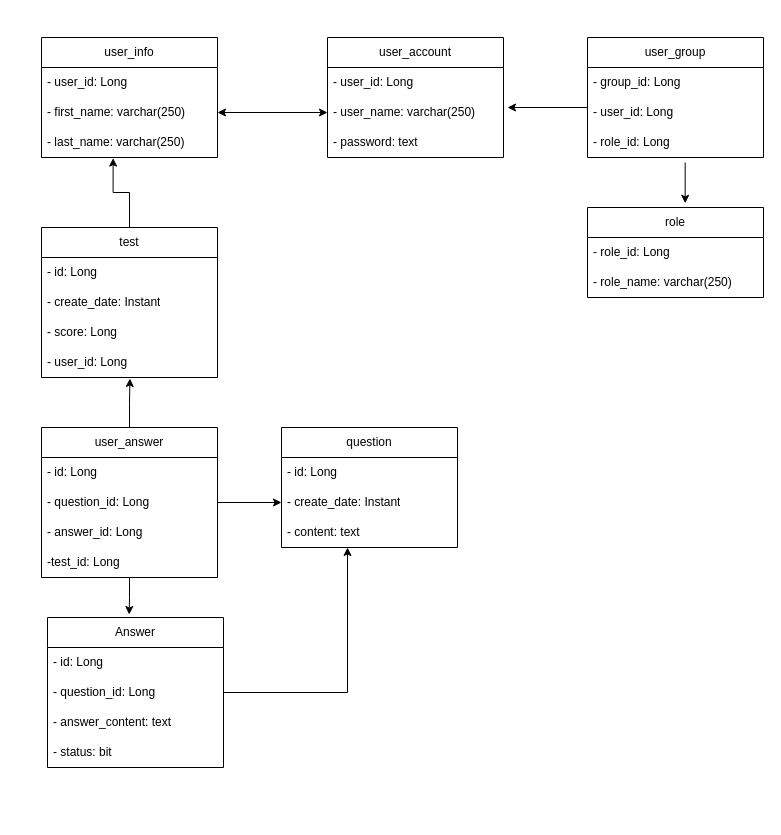
The draw.io diagram page "Database" (4 of 6) of Doc/Untitled Diagram.drawio in SWD392/SmallQuiz, before the edit. Source tidied: cells renumbered, new cells numbered last; positions are measured from the earlier drawing's top-left corner, leaving out a move shared by most shapes. Both pictures are drawn from the tidied source at 100%, with x=0, y=0 at pixel (17, 37).
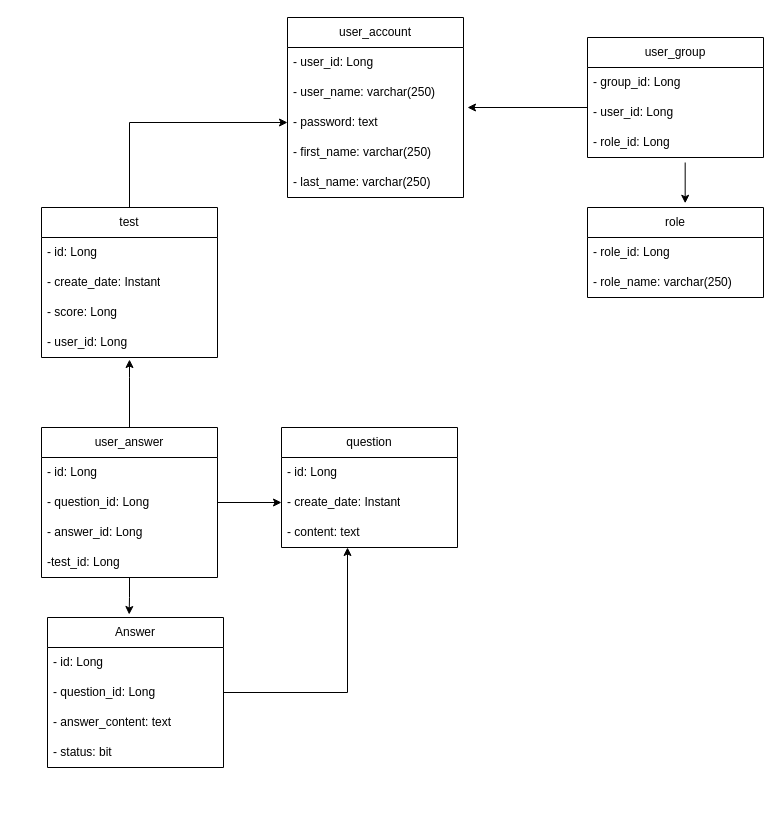
The same diagram, later.

Unchanged cells that the change refers to:
```xml
<mxCell id="9" value="- user_name: varchar(250)" style="text;strokeColor=none;fillColor=none;align=left;verticalAlign=middle;spacingLeft=4;spacingRight=4;overflow=hidden;points=[[0,0.5],[1,0.5]];portConstraint=eastwest;whiteSpace=wrap;html=1;" parent="7" vertex="1">
  <mxGeometry y="60" width="176" height="30" as="geometry" />
</mxCell>
<mxCell id="10" value="- password: text" style="text;strokeColor=none;fillColor=none;align=left;verticalAlign=middle;spacingLeft=4;spacingRight=4;overflow=hidden;points=[[0,0.5],[1,0.5]];portConstraint=eastwest;whiteSpace=wrap;html=1;" parent="7" vertex="1">
  <mxGeometry y="90" width="176" height="30" as="geometry" />
</mxCell>
<mxCell id="11" value="user_group" style="swimlane;fontStyle=0;horizontal=1;startSize=30;whiteSpace=wrap;html=1;" parent="1" vertex="1">
  <mxGeometry x="570" width="176" height="120" as="geometry" />
</mxCell>
<mxCell id="26" value="- user_id: Long" style="text;strokeColor=none;fillColor=none;align=left;verticalAlign=middle;spacingLeft=4;spacingRight=4;overflow=hidden;points=[[0,0.5],[1,0.5]];portConstraint=eastwest;whiteSpace=wrap;html=1;" parent="22" vertex="1">
  <mxGeometry y="120" width="176" height="30" as="geometry" />
</mxCell>
<mxCell id="29" value="user_answer" style="swimlane;fontStyle=0;horizontal=1;startSize=30;whiteSpace=wrap;html=1;" parent="1" vertex="1">
  <mxGeometry x="24" y="390" width="176" height="150" as="geometry" />
</mxCell>
```

Diff of the diagram source:
```diff
@@
-    <mxCell id="3" value="user_info" style="swimlane;fontStyle=0;horizontal=1;startSize=30;whiteSpace=wrap;html=1;" parent="1" vertex="1">
-      <mxGeometry x="24" width="176" height="120" as="geometry" />
-    </mxCell>
-    <mxCell id="4" value="- user_id: Long" style="text;strokeColor=none;fillColor=none;align=left;verticalAlign=middle;spacingLeft=4;spacingRight=4;overflow=hidden;whiteSpace=wrap;html=1;" parent="3" vertex="1">
-      <mxGeometry y="30" width="176" height="30" as="geometry" />
-    </mxCell>
-    <mxCell id="5" value="- first_name: varchar(250)" style="text;strokeColor=none;fillColor=none;align=left;verticalAlign=middle;spacingLeft=4;spacingRight=4;overflow=hidden;points=[[0,0.5],[1,0.5]];portConstraint=eastwest;whiteSpace=wrap;html=1;" parent="3" vertex="1">
-      <mxGeometry y="60" width="176" height="30" as="geometry" />
-    </mxCell>
-    <mxCell id="6" value="- last_name: varchar(250)" style="text;strokeColor=none;fillColor=none;align=left;verticalAlign=middle;spacingLeft=4;spacingRight=4;overflow=hidden;points=[[0,0.5],[1,0.5]];portConstraint=eastwest;whiteSpace=wrap;html=1;" parent="3" vertex="1">
-      <mxGeometry y="90" width="176" height="30" as="geometry" />
-    </mxCell>
     <mxCell id="7" value="user_account" style="swimlane;fontStyle=0;horizontal=1;startSize=30;whiteSpace=wrap;html=1;" parent="1" vertex="1">
-      <mxGeometry x="310" width="176" height="120" as="geometry" />
+      <mxGeometry x="270" y="-20" width="176" height="180" as="geometry" />
     </mxCell>
@@
+    <mxCell id="5" value="- first_name: varchar(250)" style="text;strokeColor=none;fillColor=none;align=left;verticalAlign=middle;spacingLeft=4;spacingRight=4;overflow=hidden;points=[[0,0.5],[1,0.5]];portConstraint=eastwest;whiteSpace=wrap;html=1;" parent="7" vertex="1">
+      <mxGeometry y="120" width="176" height="30" as="geometry" />
+    </mxCell>
+    <mxCell id="6" value="- last_name: varchar(250)" style="text;strokeColor=none;fillColor=none;align=left;verticalAlign=middle;spacingLeft=4;spacingRight=4;overflow=hidden;points=[[0,0.5],[1,0.5]];portConstraint=eastwest;whiteSpace=wrap;html=1;" parent="7" vertex="1">
+      <mxGeometry y="150" width="176" height="30" as="geometry" />
+    </mxCell>
@@
     <mxCell id="13" style="endArrow=classic;html=1;rounded=0;" parent="11" edge="1">
       <mxGeometry relative="1" as="geometry">
         <mxPoint y="70" as="sourcePoint" />
-        <mxPoint x="-80" y="70" as="targetPoint" />
+        <mxPoint x="-120" y="70" as="targetPoint" />
       </mxGeometry>
     </mxCell>
@@
-    <mxCell id="20" style="endArrow=classic;startArrow=classic;html=1;rounded=0;entryX=0;entryY=0.5;entryDx=0;entryDy=0;exitX=1;exitY=0.5;exitDx=0;exitDy=0;" parent="1" edge="1" source="5" target="9">
-      <mxGeometry relative="1" as="geometry" />
-    </mxCell>
-    <mxCell id="21" style="edgeStyle=orthogonalEdgeStyle;rounded=0;jettySize=auto;html=1;exitX=0.5;exitY=0;exitDx=0;exitDy=0;entryX=0.407;entryY=1.02;entryDx=0;entryDy=0;entryPerimeter=0;" parent="1" edge="1" source="22" target="6">
+    <mxCell id="21" style="edgeStyle=orthogonalEdgeStyle;rounded=0;jettySize=auto;html=1;exitX=0.5;exitY=0;exitDx=0;exitDy=0;entryX=0;entryY=0.5;entryDx=0;entryDy=0;" parent="1" edge="1" source="22" target="10">
       <mxGeometry relative="1" as="geometry" />
     </mxCell>
     <mxCell id="22" value="test" style="swimlane;fontStyle=0;horizontal=1;startSize=30;whiteSpace=wrap;html=1;" parent="1" vertex="1">
-      <mxGeometry x="24" y="190" width="176" height="150" as="geometry" />
+      <mxGeometry x="24" y="170" width="176" height="150" as="geometry" />
     </mxCell>
@@
-    <mxCell id="27" style="edgeStyle=orthogonalEdgeStyle;rounded=0;jettySize=auto;html=1;entryX=0.502;entryY=1.033;entryDx=0;entryDy=0;entryPerimeter=0;" parent="1" edge="1" source="29">
+    <mxCell id="27" style="edgeStyle=orthogonalEdgeStyle;rounded=0;jettySize=auto;html=1;entryX=0.5;entryY=1.067;entryDx=0;entryDy=0;entryPerimeter=0;" parent="1" edge="1" source="29" target="26">
       <mxGeometry relative="1" as="geometry">
-        <mxPoint x="112.4" y="341" as="targetPoint" />
+        <Array as="points">
+          <mxPoint x="112" y="340" />
+          <mxPoint x="112" y="340" />
+        </Array>
       </mxGeometry>
     </mxCell>
```
